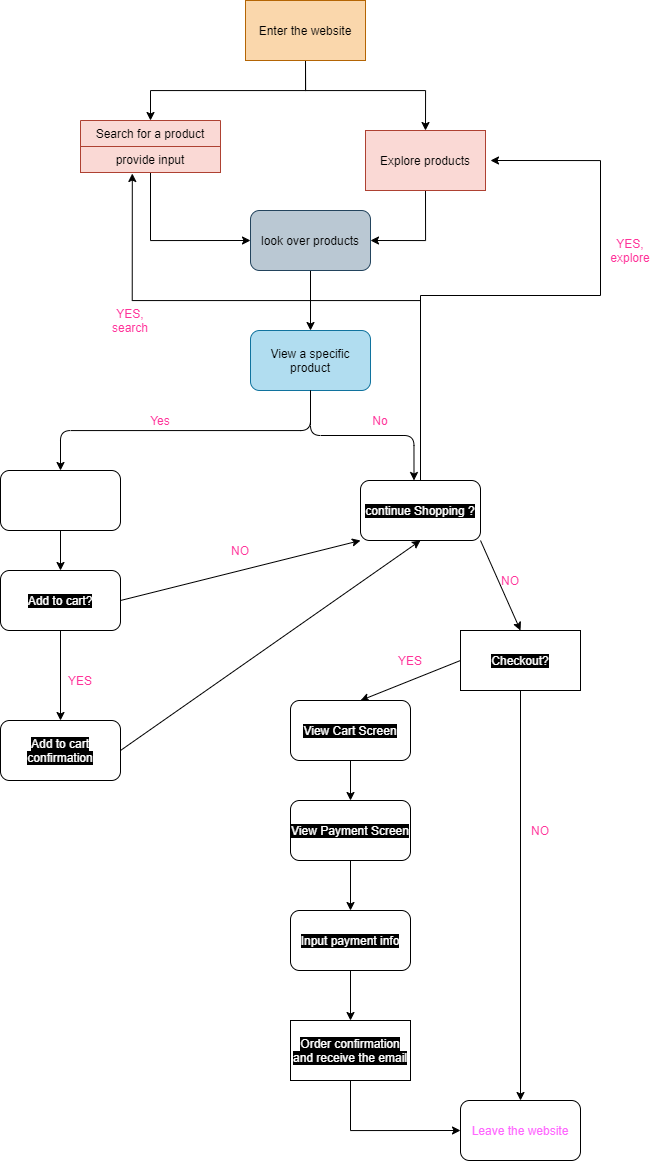
Above: explore/diagramming/diagram.drawio.png in zimo27/fa21-cse110-lab4 (draw.io), before the change. Source tidied: cells renumbered, new cells last; positions are measured from the earlier drawing's top-left corner, leaving out a move shared by most shapes.
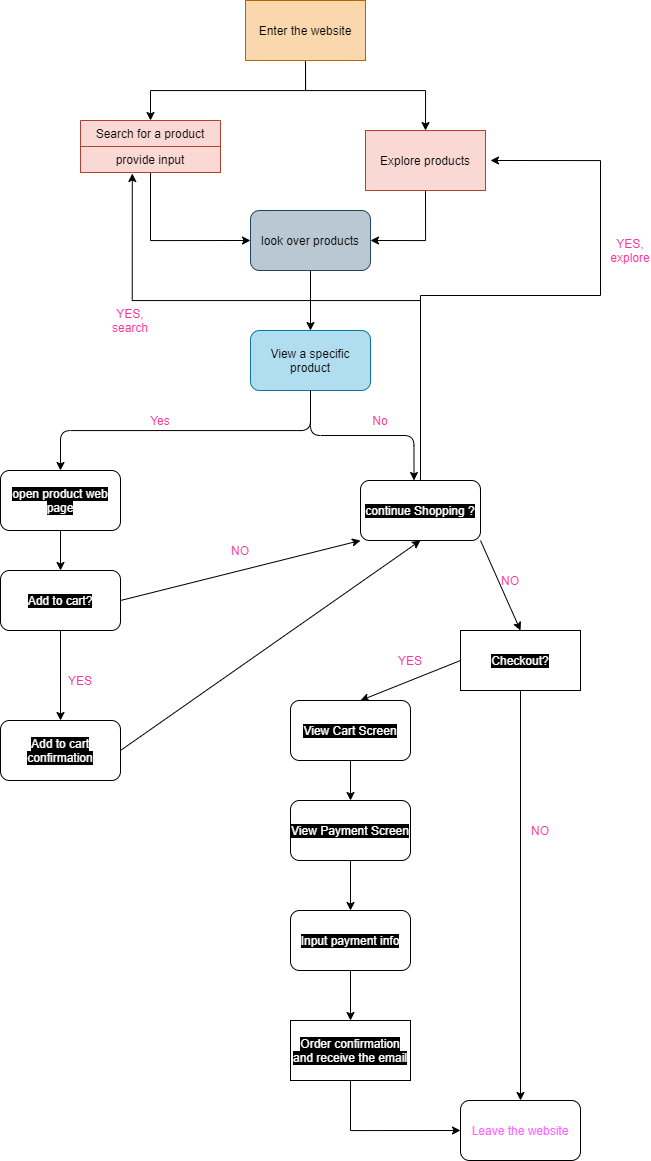
Later version of the same file.

The edit, as a diff of the source:
```diff
@@ -62,7 +62,7 @@
     <mxCell id="17" style="edgeStyle=none;rounded=0;jettySize=auto;html=1;exitX=0.5;exitY=1;exitDx=0;exitDy=0;entryX=0.5;entryY=0;entryDx=0;entryDy=0;fontColor=#000000;" parent="1" edge="1" source="18" target="31">
       <mxGeometry relative="1" as="geometry" />
     </mxCell>
-    <mxCell id="18" value="&lt;font color=&quot;#ffffff&quot;&gt;open product web page&lt;/font&gt;" style="rounded=1;whiteSpace=wrap;html=1;align=center;" parent="1" vertex="1">
+    <mxCell id="18" value="&lt;font color=&quot;#ffffff&quot; style=&quot;background-color: rgb(0 , 0 , 0)&quot;&gt;open product web page&lt;/font&gt;" style="rounded=1;whiteSpace=wrap;html=1;align=center;" parent="1" vertex="1">
       <mxGeometry y="470" width="120" height="60" as="geometry" />
     </mxCell>
     <mxCell id="19" style="edgeStyle=none;rounded=0;jettySize=auto;html=1;exitX=1;exitY=1;exitDx=0;exitDy=0;entryX=0.5;entryY=0;entryDx=0;entryDy=0;fontColor=#000000;" parent="1" edge="1" source="22" target="26">
```
